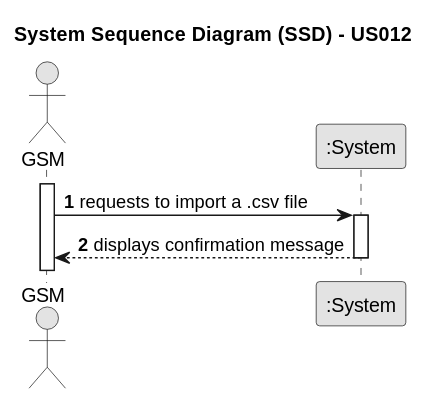
ricardomm7/leaflink keeps this PlantUML diagram as docs/sprintB/us012/01.requirements-engineering/svg/us012-system-sequence-diagram-alternative-one.svg. Above is the earlier version.
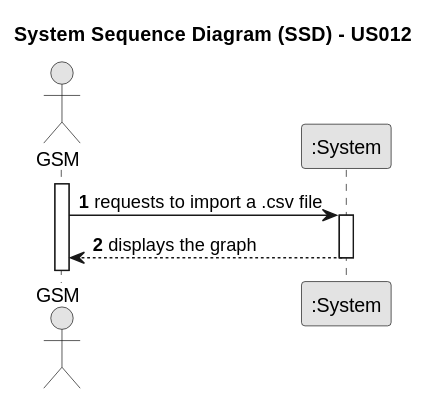
The same file after the commit.

Diff of the diagram source:
```diff
@@ -16,6 +16,6 @@
     activate System
 
 
-        System --> GSM : displays confirmation message
+        System --> GSM : displays the graph
     deactivate System
 @enduml
```
